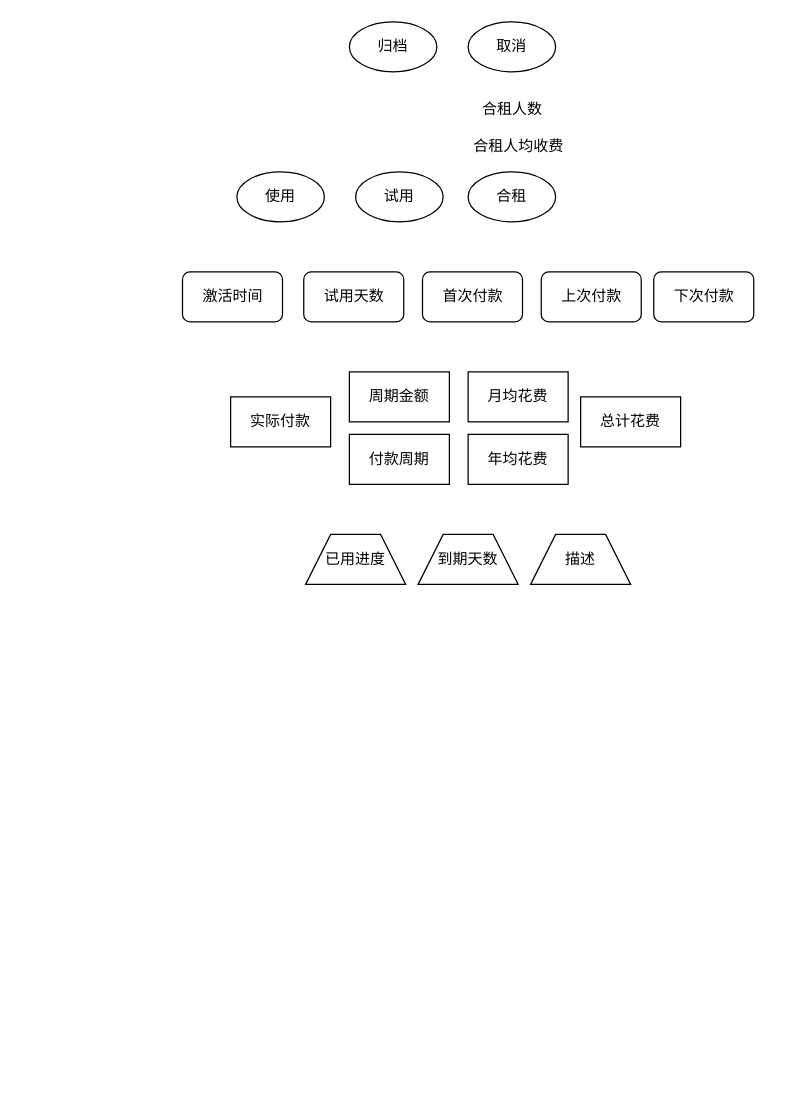
Earlier version of the draw.io diagram 软件订阅管理/软件订阅管理.drawio (Samiya321/draw.io). Source tidied: cells renumbered, new cells numbered last; positions are measured from the earlier drawing's top-left corner, leaving out a move shared by most shapes. Both pictures are drawn from the tidied source at 125%, with x=0, y=0 at pixel (181, 21).
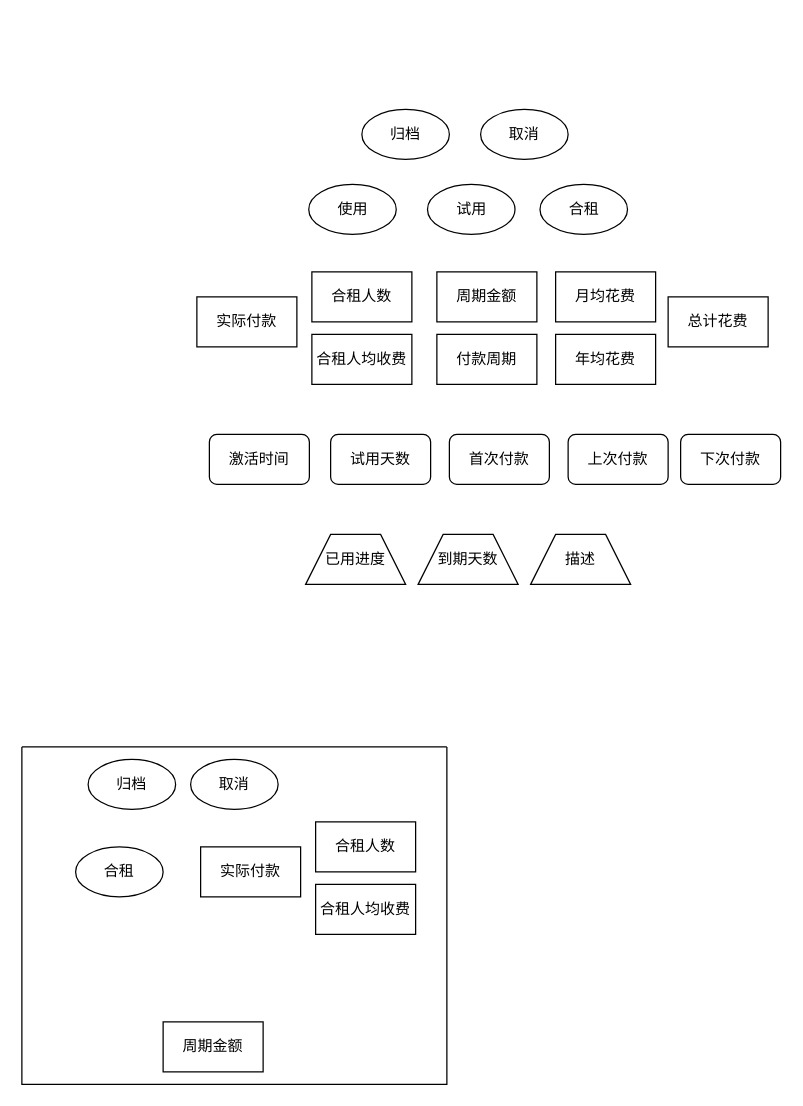
The same page after the edit.

Commit message (it also covers changes not shown here):
更新软件订阅管理.drawio

Change to the diagram source:
```diff
@@
     <mxCell id="2" value="试用" style="ellipse;whiteSpace=wrap;html=1;rounded=0;" parent="1" vertex="1">
-      <mxGeometry x="139" y="120" width="70" height="40" as="geometry" />
+      <mxGeometry x="196.5" y="130" width="70" height="40" as="geometry" />
     </mxCell>
     <mxCell id="3" value="合租" style="ellipse;whiteSpace=wrap;html=1;rounded=0;" parent="1" vertex="1">
-      <mxGeometry x="229" y="120" width="70" height="40" as="geometry" />
+      <mxGeometry x="286.5" y="130" width="70" height="40" as="geometry" />
     </mxCell>
     <mxCell id="4" value="取消" style="ellipse;whiteSpace=wrap;html=1;rounded=0;" parent="1" vertex="1">
-      <mxGeometry x="229" width="70" height="40" as="geometry" />
+      <mxGeometry x="239" y="70" width="70" height="40" as="geometry" />
     </mxCell>
     <mxCell id="5" value="归档" style="ellipse;whiteSpace=wrap;html=1;rounded=0;" parent="1" vertex="1">
-      <mxGeometry x="134" width="70" height="40" as="geometry" />
+      <mxGeometry x="144" y="70" width="70" height="40" as="geometry" />
     </mxCell>
     <mxCell id="6" value="使用" style="ellipse;whiteSpace=wrap;html=1;rounded=0;" parent="1" vertex="1">
-      <mxGeometry x="44" y="120" width="70" height="40" as="geometry" />
+      <mxGeometry x="101.5" y="130" width="70" height="40" as="geometry" />
     </mxCell>
     <mxCell id="7" value="激活时间" style="rounded=1;whiteSpace=wrap;html=1;" parent="1" vertex="1">
-      <mxGeometry x="0.5" y="200" width="80" height="40" as="geometry" />
+      <mxGeometry x="22" y="330" width="80" height="40" as="geometry" />
     </mxCell>
     <mxCell id="8" value="首次付款" style="rounded=1;whiteSpace=wrap;html=1;" parent="1" vertex="1">
-      <mxGeometry x="192.5" y="200" width="80" height="40" as="geometry" />
+      <mxGeometry x="214" y="330" width="80" height="40" as="geometry" />
     </mxCell>
     <mxCell id="9" value="上次付款" style="rounded=1;whiteSpace=wrap;html=1;" parent="1" vertex="1">
-      <mxGeometry x="287.5" y="200" width="80" height="40" as="geometry" />
+      <mxGeometry x="309" y="330" width="80" height="40" as="geometry" />
     </mxCell>
     <mxCell id="10" value="下次付款" style="rounded=1;whiteSpace=wrap;html=1;" parent="1" vertex="1">
-      <mxGeometry x="377.5" y="200" width="80" height="40" as="geometry" />
+      <mxGeometry x="399" y="330" width="80" height="40" as="geometry" />
     </mxCell>
     <mxCell id="11" value="月均花费" style="whiteSpace=wrap;html=1;rounded=0;" parent="1" vertex="1">
-      <mxGeometry x="229" y="280" width="80" height="40" as="geometry" />
+      <mxGeometry x="299" y="200" width="80" height="40" as="geometry" />
     </mxCell>
     <mxCell id="12" value="年均花费" style="whiteSpace=wrap;html=1;rounded=0;" parent="1" vertex="1">
-      <mxGeometry x="229" y="330" width="80" height="40" as="geometry" />
+      <mxGeometry x="299" y="250" width="80" height="40" as="geometry" />
     </mxCell>
     <mxCell id="13" value="周期金额" style="whiteSpace=wrap;html=1;rounded=0;" parent="1" vertex="1">
-      <mxGeometry x="134" y="280" width="80" height="40" as="geometry" />
+      <mxGeometry x="204" y="200" width="80" height="40" as="geometry" />
     </mxCell>
     <mxCell id="14" value="总计花费" style="whiteSpace=wrap;html=1;rounded=0;" parent="1" vertex="1">
-      <mxGeometry x="319" y="300" width="80" height="40" as="geometry" />
+      <mxGeometry x="389" y="220" width="80" height="40" as="geometry" />
     </mxCell>
     <mxCell id="15" value="实际付款" style="whiteSpace=wrap;html=1;rounded=0;" parent="1" vertex="1">
-      <mxGeometry x="39" y="300" width="80" height="40" as="geometry" />
+      <mxGeometry x="12" y="220" width="80" height="40" as="geometry" />
     </mxCell>
-    <mxCell id="16" value="合租人数" style="text;html=1;align=center;verticalAlign=middle;strokeColor=none;fillColor=none;" parent="1" vertex="1">
-      <mxGeometry x="234" y="60" width="60" height="20" as="geometry" />
-    </mxCell>
-    <mxCell id="17" value="合租人均收费" style="text;html=1;align=center;verticalAlign=middle;strokeColor=none;fillColor=none;" parent="1" vertex="1">
-      <mxGeometry x="224" y="90" width="90" height="20" as="geometry" />
-    </mxCell>
@@
     <mxCell id="21" value="付款周期" style="whiteSpace=wrap;html=1;rounded=0;" parent="1" vertex="1">
-      <mxGeometry x="134" y="330" width="80" height="40" as="geometry" />
+      <mxGeometry x="204" y="250" width="80" height="40" as="geometry" />
     </mxCell>
     <mxCell id="22" value="试用天数" style="rounded=1;whiteSpace=wrap;html=1;" parent="1" vertex="1">
-      <mxGeometry x="97.5" y="200" width="80" height="40" as="geometry" />
+      <mxGeometry x="119" y="330" width="80" height="40" as="geometry" />
     </mxCell>
+    <mxCell id="23" value="合租人数" style="whiteSpace=wrap;html=1;rounded=0;" parent="1" vertex="1">
+      <mxGeometry x="104" y="200" width="80" height="40" as="geometry" />
+    </mxCell>
+    <mxCell id="24" value="合租人均收费" style="whiteSpace=wrap;html=1;rounded=0;" parent="1" vertex="1">
+      <mxGeometry x="104" y="250" width="80" height="40" as="geometry" />
+    </mxCell>
+    <mxCell id="25" style="swimlane;startSize=0;rounded=0;" parent="1" vertex="1">
+      <mxGeometry x="-128" y="580" width="340" height="270" as="geometry" />
+    </mxCell>
+    <mxCell id="26" value="归档" style="ellipse;whiteSpace=wrap;html=1;rounded=0;" parent="25" vertex="1">
+      <mxGeometry x="53" y="10" width="70" height="40" as="geometry" />
+    </mxCell>
+    <mxCell id="27" value="取消" style="ellipse;whiteSpace=wrap;html=1;rounded=0;" parent="25" vertex="1">
+      <mxGeometry x="135" y="10" width="70" height="40" as="geometry" />
+    </mxCell>
+    <mxCell id="28" value="周期金额" style="whiteSpace=wrap;html=1;rounded=0;" parent="25" vertex="1">
+      <mxGeometry x="113" y="220" width="80" height="40" as="geometry" />
+    </mxCell>
+    <mxCell id="29" value="合租" style="ellipse;whiteSpace=wrap;html=1;rounded=0;" parent="25" vertex="1">
+      <mxGeometry x="43" y="80" width="70" height="40" as="geometry" />
+    </mxCell>
+    <mxCell id="30" value="实际付款" style="whiteSpace=wrap;html=1;rounded=0;" parent="25" vertex="1">
+      <mxGeometry x="143" y="80" width="80" height="40" as="geometry" />
+    </mxCell>
+    <mxCell id="31" value="合租人数" style="whiteSpace=wrap;html=1;rounded=0;" parent="25" vertex="1">
+      <mxGeometry x="235" y="60" width="80" height="40" as="geometry" />
+    </mxCell>
+    <mxCell id="32" value="合租人均收费" style="whiteSpace=wrap;html=1;rounded=0;" parent="25" vertex="1">
+      <mxGeometry x="235" y="110" width="80" height="40" as="geometry" />
+    </mxCell>
```
